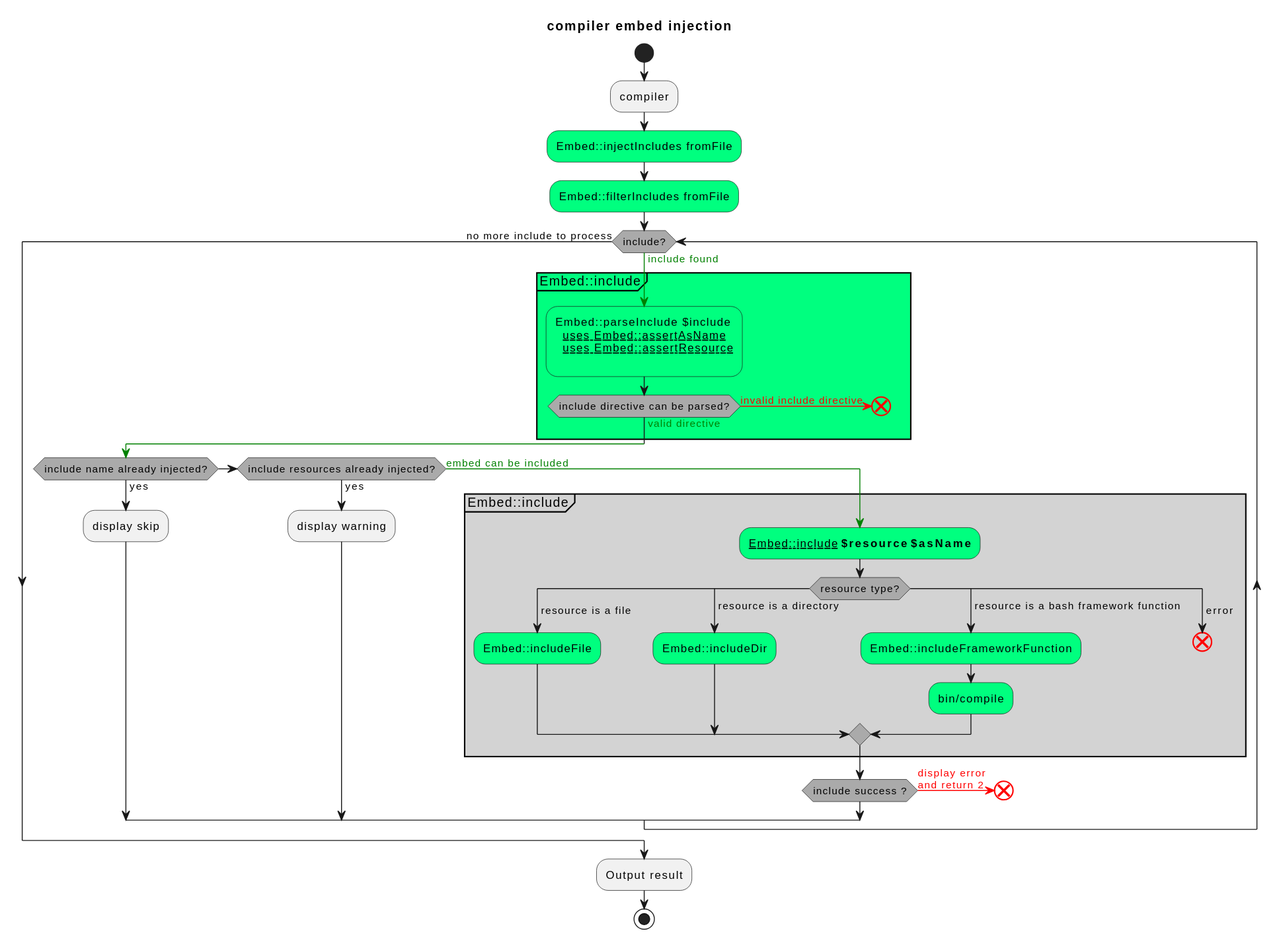
Above: pages/assets/images/compilerEmbedInjection.svg in fchastanet/bash-tools-framework (PlantUML), before the change.
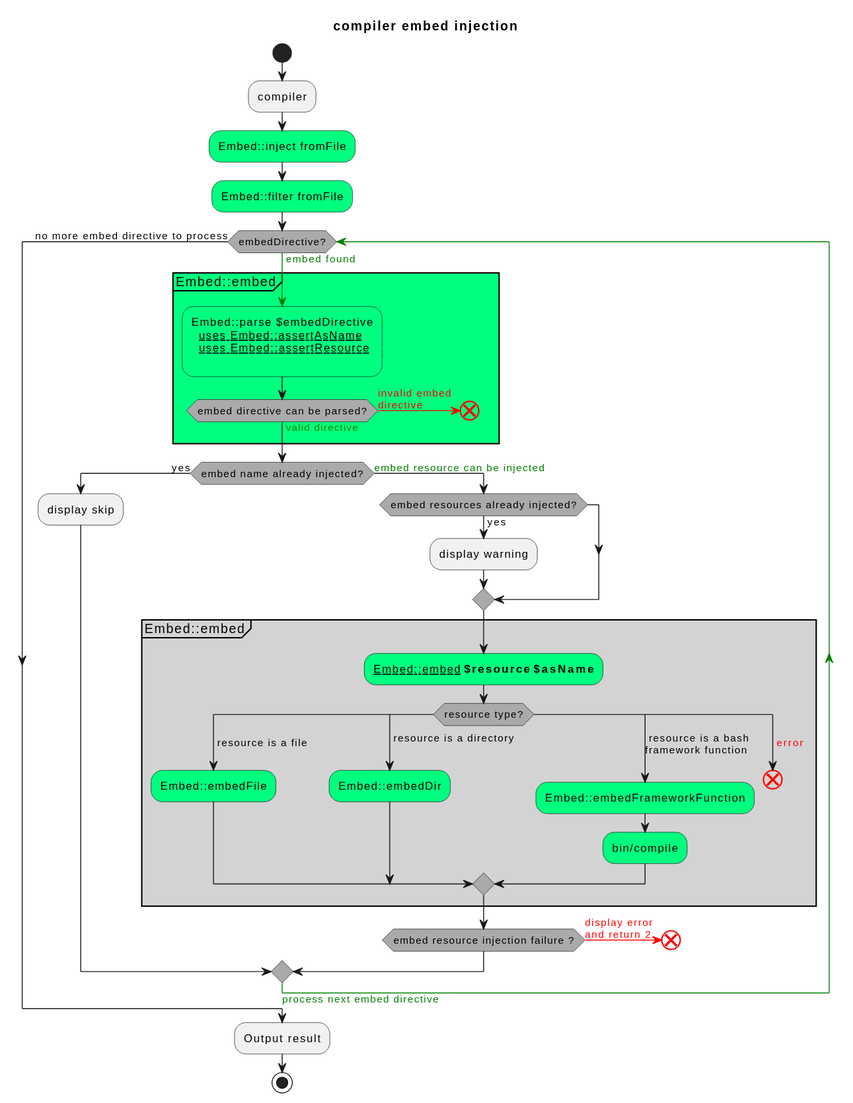
Above is the later version.

What changed in the source:
```diff
@@ -8,56 +8,57 @@
 
 :compiler;
 
-#SpringGreen:Embed::injectIncludes fromFile;
+#SpringGreen:Embed::inject fromFile;
 
-#SpringGreen:Embed::filterIncludes fromFile;
-while (include?) is (<color:green>include found)
+#SpringGreen:Embed::filter fromFile;
+while (embedDirective?) is (<color:green>embed found)
   -[#green]->
-  partition Embed::include #SpringGreen {
-    #SpringGreen:Embed::parseInclude $include
+  partition Embed::embed #SpringGreen {
+    #SpringGreen:Embed::parse $embedDirective
       ~~uses Embed::assertAsName~~
       ~~uses Embed::assertResource~~
     ;
-    if (include directive can be parsed?) is (<color:green>valid directive) then
+    if (embed directive can be parsed?) is (<color:green>valid directive) then
       -[#green]->
-    else (<color:red>invalid include directive)
+    else (<color:red>invalid embed\n<color:red>directive)
       -[#red]->
       end
     endif
     -[#green]->
   }
 
-  if (include name already injected?) then (yes)
+  if (embed name already injected?) then (yes)
     :display skip;
-  elseif (include resources already injected?) then (yes)
-    :display warning;
-  else (<color:green>embed can be included)
-    -[#green]->
-    partition Embed::include #LightGray {
-      #SpringGreen:__Embed::include__ **$resource** **$asName**;
+  else (<color:green>embed resource can be injected)
+    if (embed resources already injected?) then (yes)
+      :display warning;
+    endif
+    partition Embed::embed #LightGray {
+      #SpringGreen:__Embed::embed__ **$resource** **$asName**;
       switch (resource type?)
       case ( resource is a file )
-        #SpringGreen:Embed::includeFile;
+        #SpringGreen:Embed::embedFile;
       case ( resource is a directory )
-        #SpringGreen:Embed::includeDir;
-      case ( resource is a bash framework function )
-        #SpringGreen:Embed::includeFrameworkFunction;
+        #SpringGreen:Embed::embedDir;
+      case ( resource is a bash\nframework function )
+        #SpringGreen:Embed::embedFrameworkFunction;
         #SpringGreen:bin/compile;
-      case ( error )
+      case ( <color:red>error )
         -[#red]->
         end
       endswitch
     }
-    if (include success ?) then
-      -[#green]->
-    else
+    if (embed resource injection failure ?) then
       -[#red]-> <color:red>display error\n<color:red>and return 2;
       end
+    else
+      -[#green]->
     endif
-    -[#green]->
+
   endif
+  -[#green]-> <color:green>process next embed directive;
 
-endwhile (no more include to process)
+endwhile (no more embed directive to process)
 
 :Output result;
 
```
